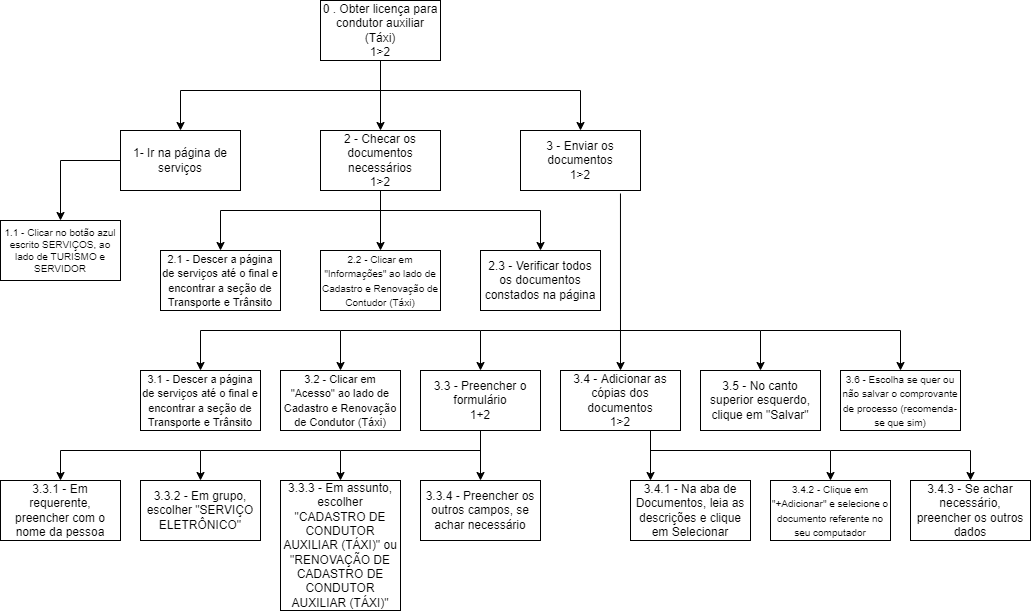
The draw.io diagram assets/img/diagrama-taxi.png in Interacao-Humano-Computador/2021.2-Prefeitura-de-Passo-Fundo, before a commit. Source tidied: cells renumbered, new cells last; positions are measured from the earlier drawing's top-left corner, leaving out a move shared by most shapes.
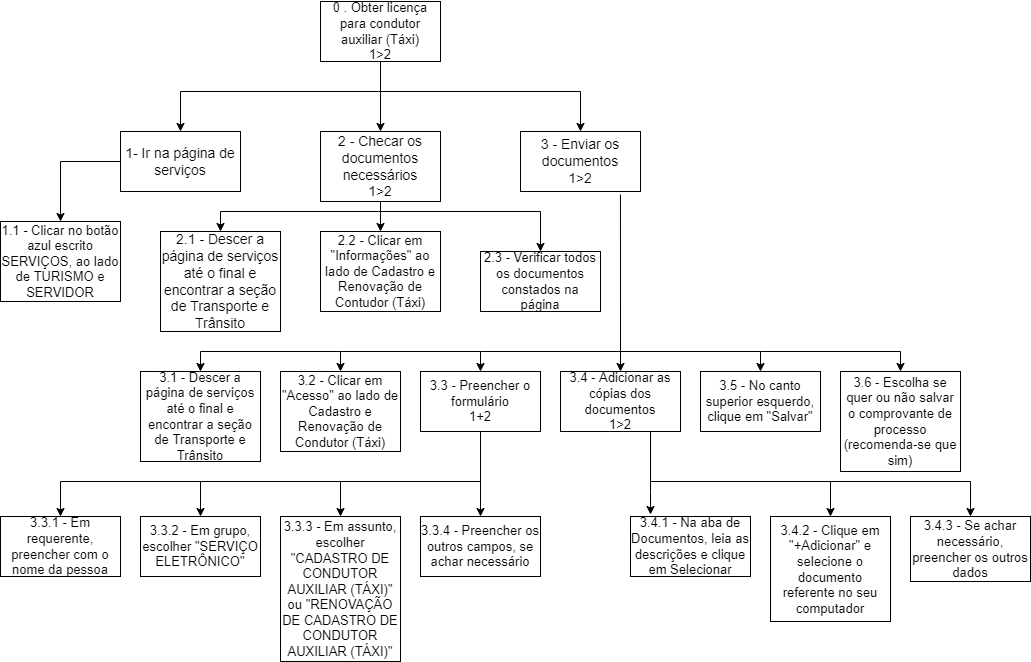
The same diagram one commit later.

The edit, as a diff of the source:
```diff
@@ -2,7 +2,7 @@
   <root>
     <mxCell id="0" />
     <mxCell id="1" parent="0" />
-    <mxCell id="2" value="0 . Obter licença para condutor auxiliar (Táxi)&lt;br&gt;1&amp;gt;2" style="rounded=0;whiteSpace=wrap;html=1;" parent="1" vertex="1">
+    <mxCell id="2" value="&lt;font style=&quot;font-size: 13px&quot;&gt;0 . Obter licença para condutor auxiliar (Táxi)&lt;br&gt;1&amp;gt;2&lt;/font&gt;" style="rounded=0;whiteSpace=wrap;html=1;" parent="1" vertex="1">
       <mxGeometry x="320" width="120" height="60" as="geometry" />
     </mxCell>
     <mxCell id="3" style="endArrow=classic;html=1;rounded=0;exitX=0.5;exitY=1;exitDx=0;exitDy=0;" parent="1" edge="1" source="2">
@@ -28,35 +28,34 @@
         </Array>
       </mxGeometry>
     </mxCell>
-    <mxCell id="6" value="1- Ir na página de serviços" style="rounded=0;whiteSpace=wrap;html=1;" parent="1" vertex="1">
+    <mxCell id="6" value="&lt;font style=&quot;font-size: 14px&quot;&gt;1- Ir na página de serviços&lt;/font&gt;" style="rounded=0;whiteSpace=wrap;html=1;" parent="1" vertex="1">
       <mxGeometry x="120" y="130" width="120" height="60" as="geometry" />
     </mxCell>
-    <mxCell id="7" value="2 - Checar os documentos necessários&lt;br&gt;1&amp;gt;2" style="rounded=0;whiteSpace=wrap;html=1;" parent="1" vertex="1">
-      <mxGeometry x="320" y="130" width="120" height="60" as="geometry" />
+    <mxCell id="7" value="&lt;font style=&quot;font-size: 14px&quot;&gt;2 - Checar os documentos necessários&lt;br&gt;1&amp;gt;2&lt;/font&gt;" style="rounded=0;whiteSpace=wrap;html=1;" parent="1" vertex="1">
+      <mxGeometry x="320" y="130" width="120" height="70" as="geometry" />
     </mxCell>
-    <mxCell id="8" value="3 - Enviar os documentos&lt;br&gt;1&amp;gt;2" style="rounded=0;whiteSpace=wrap;html=1;" parent="1" vertex="1">
+    <mxCell id="8" value="&lt;font style=&quot;font-size: 14px&quot;&gt;3 - Enviar os documentos&lt;br&gt;1&amp;gt;2&lt;/font&gt;" style="rounded=0;whiteSpace=wrap;html=1;" parent="1" vertex="1">
       <mxGeometry x="520" y="130" width="120" height="60" as="geometry" />
     </mxCell>
-    <mxCell id="9" style="endArrow=classic;html=1;rounded=0;exitX=0.5;exitY=1;exitDx=0;exitDy=0;" parent="1" edge="1" source="7">
-      <mxGeometry relative="1" as="geometry">
-        <mxPoint x="380" y="250" as="targetPoint" />
-      </mxGeometry>
+    <mxCell id="9" style="endArrow=classic;html=1;rounded=0;exitX=0.5;exitY=1;exitDx=0;exitDy=0;entryX=0.5;entryY=0;entryDx=0;entryDy=0;" parent="1" edge="1" source="7" target="10">
+      <mxGeometry relative="1" as="geometry" />
     </mxCell>
-    <mxCell id="10" value="&lt;font style=&quot;font-size: 10px&quot;&gt;2.2 - Clicar em &quot;Informações&quot; ao lado de Cadastro e Renovação de Contudor (Táxi)&lt;/font&gt;" style="rounded=0;whiteSpace=wrap;html=1;" parent="1" vertex="1">
-      <mxGeometry x="320" y="250" width="120" height="60" as="geometry" />
+    <mxCell id="10" value="&lt;font style=&quot;font-size: 13px&quot;&gt;2.2 - Clicar em &quot;Informações&quot; ao lado de Cadastro e Renovação de Contudor (Táxi)&lt;/font&gt;" style="rounded=0;whiteSpace=wrap;html=1;" parent="1" vertex="1">
+      <mxGeometry x="320" y="230" width="120" height="80" as="geometry" />
     </mxCell>
-    <mxCell id="11" style="endArrow=classic;html=1;rounded=0;" parent="1" edge="1" target="12">
+    <mxCell id="11" style="endArrow=classic;html=1;rounded=0;" parent="1" edge="1">
       <mxGeometry relative="1" as="geometry">
         <mxPoint x="380" y="210" as="sourcePoint" />
+        <mxPoint x="220" y="230" as="targetPoint" />
         <Array as="points">
           <mxPoint x="220" y="210" />
         </Array>
       </mxGeometry>
     </mxCell>
-    <mxCell id="12" value="&lt;font style=&quot;font-size: 11px&quot;&gt;2.1 - Descer a página de serviços até o final e encontrar a seção de Transporte e Trânsito&lt;/font&gt;" style="rounded=0;whiteSpace=wrap;html=1;" parent="1" vertex="1">
-      <mxGeometry x="160" y="250" width="120" height="60" as="geometry" />
+    <mxCell id="12" value="&lt;font style=&quot;font-size: 14px&quot;&gt;2.1 - Descer a página de serviços até o final e encontrar a seção de Transporte e Trânsito&lt;/font&gt;" style="rounded=0;whiteSpace=wrap;html=1;" parent="1" vertex="1">
+      <mxGeometry x="160" y="230" width="120" height="100" as="geometry" />
     </mxCell>
-    <mxCell id="13" value="2.3 - Verificar todos os documentos constados na página" style="rounded=0;whiteSpace=wrap;html=1;" parent="1" vertex="1">
+    <mxCell id="13" value="&lt;font style=&quot;font-size: 13px&quot;&gt;2.3 - Verificar todos os documentos constados na página&lt;/font&gt;" style="rounded=0;whiteSpace=wrap;html=1;" parent="1" vertex="1">
       <mxGeometry x="480" y="250" width="120" height="60" as="geometry" />
     </mxCell>
     <mxCell id="14" style="endArrow=classic;html=1;rounded=0;entryX=0.5;entryY=0;entryDx=0;entryDy=0;" parent="1" edge="1" target="13">
@@ -67,8 +66,8 @@
         </Array>
       </mxGeometry>
     </mxCell>
-    <mxCell id="15" value="1.1 - Clicar no botão azul escrito SERVIÇOS, ao lado de TURISMO e SERVIDOR" style="rounded=0;whiteSpace=wrap;html=1;fontSize=10;" parent="1" vertex="1">
-      <mxGeometry y="220" width="120" height="60" as="geometry" />
+    <mxCell id="15" value="&lt;font style=&quot;font-size: 13px&quot;&gt;1.1 - Clicar no botão azul escrito SERVIÇOS, ao lado de TURISMO e SERVIDOR&lt;/font&gt;" style="rounded=0;whiteSpace=wrap;html=1;fontSize=10;" parent="1" vertex="1">
+      <mxGeometry y="220" width="120" height="80" as="geometry" />
     </mxCell>
     <mxCell id="16" style="endArrow=classic;html=1;rounded=0;exitX=0;exitY=0.5;exitDx=0;exitDy=0;entryX=0.5;entryY=0;entryDx=0;entryDy=0;" parent="1" edge="1" source="6" target="15">
       <mxGeometry relative="1" as="geometry">
@@ -82,132 +81,133 @@
         <mxPoint x="620" y="370" as="targetPoint" />
       </mxGeometry>
     </mxCell>
-    <mxCell id="18" value="3.4 - Adicionar as cópias dos documentos&lt;br&gt;1&amp;gt;2" style="rounded=0;whiteSpace=wrap;html=1;" parent="1" vertex="1">
+    <mxCell id="18" value="&lt;font style=&quot;font-size: 13px&quot;&gt;3.4 - Adicionar as cópias dos documentos&lt;br&gt;1&amp;gt;2&lt;/font&gt;" style="rounded=0;whiteSpace=wrap;html=1;" parent="1" vertex="1">
       <mxGeometry x="560" y="370" width="120" height="60" as="geometry" />
     </mxCell>
-    <mxCell id="19" value="3.5 - No canto superior esquerdo, clique em &quot;Salvar&quot;" style="rounded=0;whiteSpace=wrap;html=1;" parent="1" vertex="1">
+    <mxCell id="19" value="&lt;font style=&quot;font-size: 13px&quot;&gt;3.5 - No canto superior esquerdo, clique em &quot;Salvar&quot;&lt;/font&gt;" style="rounded=0;whiteSpace=wrap;html=1;" parent="1" vertex="1">
       <mxGeometry x="700" y="370" width="120" height="60" as="geometry" />
     </mxCell>
-    <mxCell id="20" value="3.3 - Preencher o formulário&lt;br&gt;1+2" style="rounded=0;whiteSpace=wrap;html=1;" parent="1" vertex="1">
+    <mxCell id="20" value="&lt;font style=&quot;font-size: 13px&quot;&gt;3.3 - Preencher o formulário&lt;br&gt;1+2&lt;/font&gt;" style="rounded=0;whiteSpace=wrap;html=1;" parent="1" vertex="1">
       <mxGeometry x="420" y="370" width="120" height="60" as="geometry" />
     </mxCell>
-    <mxCell id="21" value="&lt;font style=&quot;font-size: 11px&quot;&gt;3.2 - Clicar em &quot;Acesso&quot; ao lado de Cadastro e Renovação de Condutor (Táxi)&lt;/font&gt;" style="rounded=0;whiteSpace=wrap;html=1;" parent="1" vertex="1">
-      <mxGeometry x="280" y="370" width="120" height="60" as="geometry" />
+    <mxCell id="21" value="&lt;font style=&quot;font-size: 13px&quot;&gt;3.2 - Clicar em &quot;Acesso&quot; ao lado de Cadastro e Renovação de Condutor (Táxi)&lt;/font&gt;" style="rounded=0;whiteSpace=wrap;html=1;" parent="1" vertex="1">
+      <mxGeometry x="280" y="370" width="120" height="80" as="geometry" />
     </mxCell>
-    <mxCell id="22" value="&lt;font style=&quot;font-size: 10px&quot;&gt;3.6 - Escolha se quer ou não salvar o comprovante de processo (recomenda-se que sim)&lt;/font&gt;" style="rounded=0;whiteSpace=wrap;html=1;" parent="1" vertex="1">
-      <mxGeometry x="840" y="370" width="120" height="60" as="geometry" />
+    <mxCell id="22" value="&lt;font style=&quot;font-size: 13px&quot;&gt;3.6 - Escolha se quer ou não salvar o comprovante de processo (recomenda-se que sim)&lt;/font&gt;" style="rounded=0;whiteSpace=wrap;html=1;" parent="1" vertex="1">
+      <mxGeometry x="840" y="370" width="120" height="100" as="geometry" />
     </mxCell>
-    <mxCell id="23" value="&lt;font style=&quot;font-size: 11px&quot;&gt;3.1 - Descer a página de serviços até o final e encontrar a seção de Transporte e Trânsito&lt;/font&gt;" style="rounded=0;whiteSpace=wrap;html=1;" parent="1" vertex="1">
-      <mxGeometry x="140" y="370" width="120" height="60" as="geometry" />
+    <mxCell id="23" value="&lt;font style=&quot;font-size: 13px&quot;&gt;3.1 - Descer a página de serviços até o final e encontrar a seção de Transporte e Trânsito&lt;/font&gt;" style="rounded=0;whiteSpace=wrap;html=1;" parent="1" vertex="1">
+      <mxGeometry x="140" y="370" width="120" height="90" as="geometry" />
     </mxCell>
     <mxCell id="24" style="endArrow=classic;html=1;rounded=0;entryX=0.5;entryY=0;entryDx=0;entryDy=0;" parent="1" edge="1" target="20">
       <mxGeometry relative="1" as="geometry">
-        <mxPoint x="620" y="330" as="sourcePoint" />
+        <mxPoint x="620" y="350" as="sourcePoint" />
         <Array as="points">
-          <mxPoint x="480" y="330" />
+          <mxPoint x="480" y="350" />
         </Array>
       </mxGeometry>
     </mxCell>
     <mxCell id="25" style="endArrow=classic;html=1;rounded=0;entryX=0.5;entryY=0;entryDx=0;entryDy=0;" parent="1" edge="1" target="21">
       <mxGeometry relative="1" as="geometry">
-        <mxPoint x="480" y="330" as="sourcePoint" />
+        <mxPoint x="480" y="350" as="sourcePoint" />
         <Array as="points">
-          <mxPoint x="340" y="330" />
+          <mxPoint x="340" y="350" />
         </Array>
       </mxGeometry>
     </mxCell>
     <mxCell id="26" style="endArrow=classic;html=1;rounded=0;entryX=0.5;entryY=0;entryDx=0;entryDy=0;" parent="1" edge="1" target="23">
       <mxGeometry relative="1" as="geometry">
-        <mxPoint x="340" y="330" as="sourcePoint" />
+        <mxPoint x="340" y="350" as="sourcePoint" />
         <Array as="points">
-          <mxPoint x="200" y="330" />
+          <mxPoint x="200" y="350" />
         </Array>
       </mxGeometry>
     </mxCell>
     <mxCell id="27" style="endArrow=classic;html=1;rounded=0;entryX=0.5;entryY=0;entryDx=0;entryDy=0;" parent="1" edge="1" target="19">
       <mxGeometry relative="1" as="geometry">
-        <mxPoint x="620" y="330" as="sourcePoint" />
+        <mxPoint x="620" y="350" as="sourcePoint" />
         <Array as="points">
-          <mxPoint x="760" y="330" />
+          <mxPoint x="760" y="350" />
         </Array>
       </mxGeometry>
     </mxCell>
     <mxCell id="28" style="endArrow=classic;html=1;rounded=0;entryX=0.5;entryY=0;entryDx=0;entryDy=0;" parent="1" edge="1" target="22">
       <mxGeometry relative="1" as="geometry">
-        <mxPoint x="760" y="330" as="sourcePoint" />
+        <mxPoint x="760" y="350" as="sourcePoint" />
         <Array as="points">
-          <mxPoint x="900" y="330" />
+          <mxPoint x="900" y="350" />
         </Array>
       </mxGeometry>
     </mxCell>
-    <mxCell id="29" style="endArrow=classic;html=1;rounded=0;exitX=0.5;exitY=1;exitDx=0;exitDy=0;" parent="1" edge="1" source="20">
-      <mxGeometry relative="1" as="geometry">
-        <mxPoint x="480" y="480" as="targetPoint" />
-      </mxGeometry>
+    <mxCell id="29" style="endArrow=classic;html=1;rounded=0;exitX=0.5;exitY=1;exitDx=0;exitDy=0;entryX=0.5;entryY=0;entryDx=0;entryDy=0;" parent="1" edge="1" source="20" target="30">
+      <mxGeometry relative="1" as="geometry" />
     </mxCell>
-    <mxCell id="30" value="3.3.4 - Preencher os outros campos, se achar necessário" style="rounded=0;whiteSpace=wrap;html=1;" parent="1" vertex="1">
-      <mxGeometry x="420" y="480" width="120" height="60" as="geometry" />
+    <mxCell id="30" value="&lt;font style=&quot;font-size: 13px&quot;&gt;3.3.4 - Preencher os outros campos, se achar necessário&lt;/font&gt;" style="rounded=0;whiteSpace=wrap;html=1;" parent="1" vertex="1">
+      <mxGeometry x="420" y="515" width="120" height="60" as="geometry" />
     </mxCell>
-    <mxCell id="31" value="3.3.3 - Em assunto, escolher &quot;CADASTRO DE CONDUTOR AUXILIAR (TÁXI)&quot; ou &quot;RENOVAÇÃO DE CADASTRO DE CONDUTOR AUXILIAR (TÁXI)&quot;" style="rounded=0;whiteSpace=wrap;html=1;" parent="1" vertex="1">
-      <mxGeometry x="280" y="480" width="120" height="130" as="geometry" />
+    <mxCell id="31" value="&lt;font style=&quot;font-size: 13px&quot;&gt;3.3.3 - Em assunto, escolher &quot;CADASTRO DE CONDUTOR AUXILIAR (TÁXI)&quot; ou &quot;RENOVAÇÃO DE CADASTRO DE CONDUTOR AUXILIAR (TÁXI)&quot;&lt;/font&gt;" style="rounded=0;whiteSpace=wrap;html=1;" parent="1" vertex="1">
+      <mxGeometry x="280" y="515" width="120" height="145" as="geometry" />
     </mxCell>
-    <mxCell id="32" value="3.3.2 - Em grupo, escolher &quot;SERVIÇO ELETRÔNICO&quot;" style="rounded=0;whiteSpace=wrap;html=1;" parent="1" vertex="1">
-      <mxGeometry x="140" y="480" width="120" height="60" as="geometry" />
+    <mxCell id="32" value="&lt;font style=&quot;font-size: 13px&quot;&gt;3.3.2 - Em grupo, escolher &quot;SERVIÇO ELETRÔNICO&quot;&lt;/font&gt;" style="rounded=0;whiteSpace=wrap;html=1;" parent="1" vertex="1">
+      <mxGeometry x="140" y="515" width="120" height="60" as="geometry" />
     </mxCell>
-    <mxCell id="33" value="3.3.1 - Em requerente, preencher com o nome da pessoa" style="rounded=0;whiteSpace=wrap;html=1;" parent="1" vertex="1">
-      <mxGeometry y="480" width="120" height="60" as="geometry" />
+    <mxCell id="33" value="&lt;font style=&quot;font-size: 13px&quot;&gt;3.3.1 - Em requerente, preencher com o nome da pessoa&lt;/font&gt;" style="rounded=0;whiteSpace=wrap;html=1;" parent="1" vertex="1">
+      <mxGeometry y="515" width="120" height="60" as="geometry" />
     </mxCell>
     <mxCell id="34" style="endArrow=classic;html=1;rounded=0;entryX=0.5;entryY=0;entryDx=0;entryDy=0;" parent="1" edge="1" target="31">
       <mxGeometry relative="1" as="geometry">
-        <mxPoint x="480" y="450" as="sourcePoint" />
+        <mxPoint x="480" y="480" as="sourcePoint" />
         <Array as="points">
-          <mxPoint x="340" y="450" />
+          <mxPoint x="340" y="480" />
         </Array>
       </mxGeometry>
     </mxCell>
     <mxCell id="35" style="endArrow=classic;html=1;rounded=0;entryX=0.5;entryY=0;entryDx=0;entryDy=0;" parent="1" edge="1" target="32">
       <mxGeometry relative="1" as="geometry">
-        <mxPoint x="340" y="450" as="sourcePoint" />
+        <mxPoint x="340" y="480" as="sourcePoint" />
         <Array as="points">
-          <mxPoint x="200" y="450" />
+          <mxPoint x="200" y="480" />
         </Array>
       </mxGeometry>
     </mxCell>
     <mxCell id="36" style="endArrow=classic;html=1;rounded=0;entryX=0.5;entryY=0;entryDx=0;entryDy=0;" parent="1" edge="1" target="33">
       <mxGeometry relative="1" as="geometry">
-        <mxPoint x="200" y="450" as="sourcePoint" />
+        <mxPoint x="200" y="480" as="sourcePoint" />
         <Array as="points">
-          <mxPoint x="60" y="450" />
+          <mxPoint x="60" y="480" />
         </Array>
       </mxGeometry>
     </mxCell>
-    <mxCell id="37" value="3.4.1 - Na aba de Documentos, leia as descrições e clique em Selecionar" style="rounded=0;whiteSpace=wrap;html=1;" parent="1" vertex="1">
-      <mxGeometry x="630" y="480" width="120" height="60" as="geometry" />
+    <mxCell id="37" value="&lt;font style=&quot;font-size: 13px&quot;&gt;3.4.1 - Na aba de Documentos, leia as descrições e clique em Selecionar&lt;/font&gt;" style="rounded=0;whiteSpace=wrap;html=1;" parent="1" vertex="1">
+      <mxGeometry x="630" y="515" width="120" height="60" as="geometry" />
     </mxCell>
-    <mxCell id="38" value="&lt;font style=&quot;font-size: 10px&quot;&gt;3.4.2 - Clique em &quot;+Adicionar&quot; e selecione o documento referente no seu computador&lt;/font&gt;" style="rounded=0;whiteSpace=wrap;html=1;" parent="1" vertex="1">
-      <mxGeometry x="770" y="480" width="120" height="60" as="geometry" />
+    <mxCell id="38" value="&lt;font style=&quot;font-size: 13px&quot;&gt;3.4.2 - Clique em &quot;+Adicionar&quot; e selecione o documento referente no seu computador&lt;/font&gt;" style="rounded=0;whiteSpace=wrap;html=1;" parent="1" vertex="1">
+      <mxGeometry x="770" y="515" width="120" height="105" as="geometry" />
     </mxCell>
-    <mxCell id="39" value="3.4.3 - Se achar necessário, preencher os outros dados" style="rounded=0;whiteSpace=wrap;html=1;" parent="1" vertex="1">
-      <mxGeometry x="910" y="480" width="120" height="60" as="geometry" />
+    <mxCell id="39" value="&lt;font style=&quot;font-size: 13px&quot;&gt;3.4.3 - Se achar necessário, preencher os outros dados&lt;/font&gt;" style="rounded=0;whiteSpace=wrap;html=1;" parent="1" vertex="1">
+      <mxGeometry x="910" y="515" width="120" height="65" as="geometry" />
     </mxCell>
-    <mxCell id="40" style="endArrow=classic;html=1;rounded=0;exitX=0.75;exitY=1;exitDx=0;exitDy=0;" parent="1" edge="1" source="18">
+    <mxCell id="40" style="endArrow=classic;html=1;rounded=0;exitX=0.75;exitY=1;exitDx=0;exitDy=0;endSize=6;jumpSize=8;strokeWidth=1;" parent="1" edge="1" source="18">
       <mxGeometry relative="1" as="geometry">
-        <mxPoint x="650" y="480" as="targetPoint" />
+        <mxPoint x="650" y="513" as="targetPoint" />
+        <Array as="points">
+          <mxPoint x="650" y="490" />
+        </Array>
       </mxGeometry>
     </mxCell>
     <mxCell id="41" style="endArrow=classic;html=1;rounded=0;entryX=0.5;entryY=0;entryDx=0;entryDy=0;" parent="1" edge="1" target="38">
       <mxGeometry relative="1" as="geometry">
-        <mxPoint x="650" y="450" as="sourcePoint" />
+        <mxPoint x="650" y="480" as="sourcePoint" />
         <Array as="points">
-          <mxPoint x="830" y="450" />
+          <mxPoint x="830" y="480" />
         </Array>
       </mxGeometry>
     </mxCell>
     <mxCell id="42" style="endArrow=classic;html=1;rounded=0;entryX=0.5;entryY=0;entryDx=0;entryDy=0;" parent="1" edge="1" target="39">
       <mxGeometry relative="1" as="geometry">
-        <mxPoint x="830" y="450" as="sourcePoint" />
+        <mxPoint x="830" y="480" as="sourcePoint" />
         <Array as="points">
-          <mxPoint x="970" y="450" />
+          <mxPoint x="970" y="480" />
         </Array>
       </mxGeometry>
     </mxCell>
```
